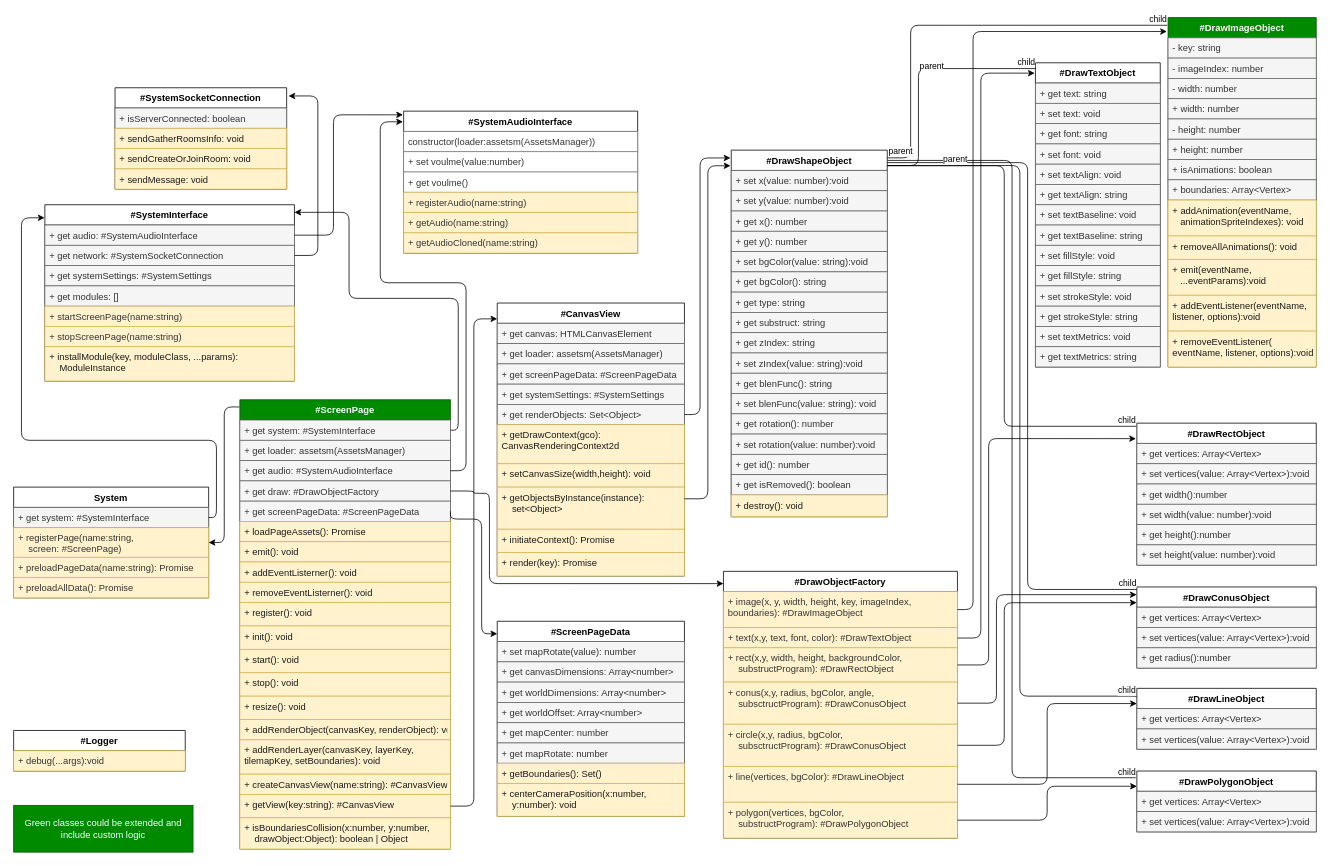
Earlier version of the draw.io diagram schemes/system.dio (ALapinskas/jsge). Source tidied: cells renumbered, new cells numbered last; positions are measured from the earlier drawing's top-left corner, leaving out a move shared by most shapes. Both pictures are drawn from the tidied source at 78%, with x=0, y=0 at pixel (13, 17).
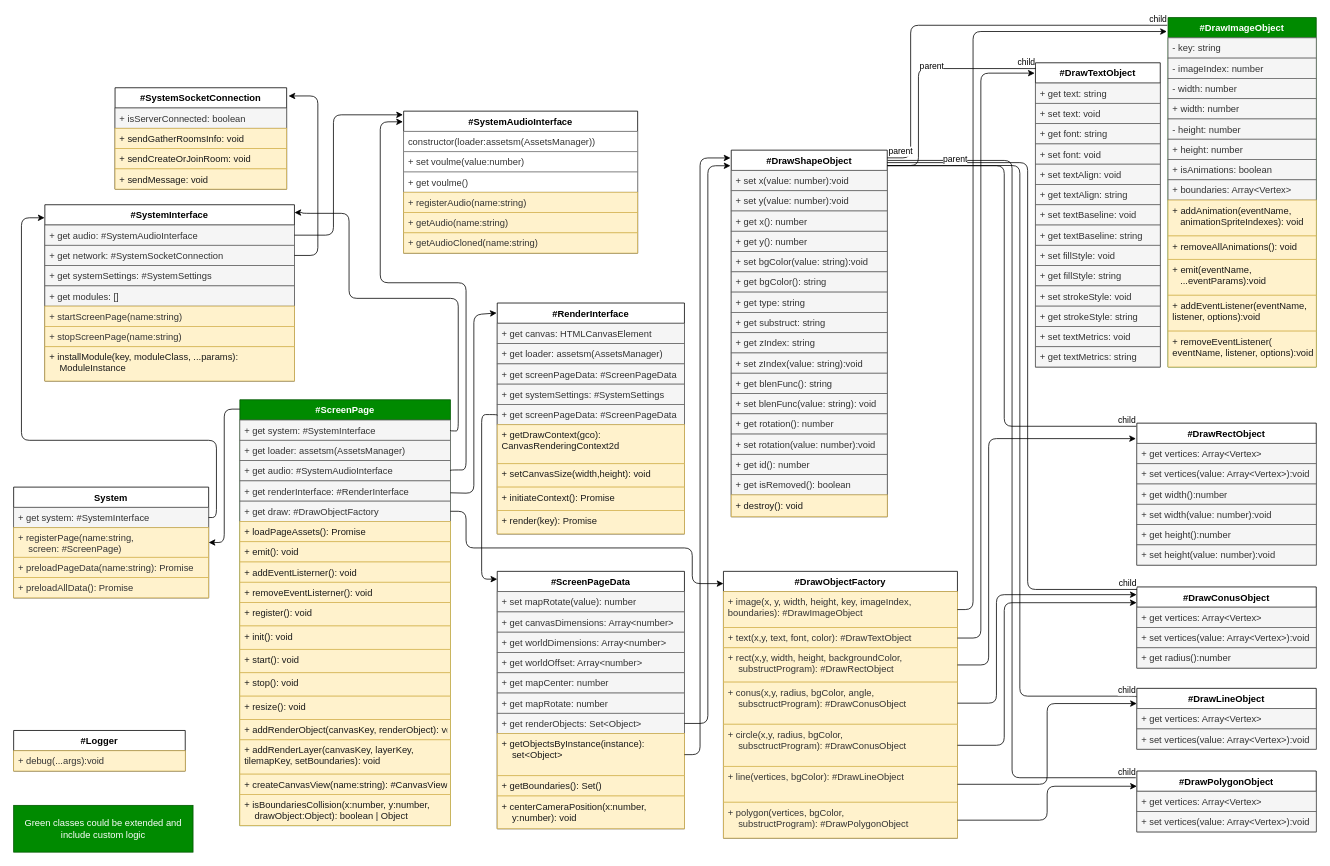
After the change.

Unchanged cells that the change refers to:
```xml
<mxCell id="23" value="System" style="swimlane;fontStyle=1;align=center;verticalAlign=top;horizontal=1;startSize=26;" parent="1" vertex="1">
  <mxGeometry y="602" width="250" height="142" as="geometry" />
</mxCell>
<mxCell id="28" value="#SystemInterface" style="swimlane;fontStyle=1;align=center;verticalAlign=top;horizontal=1;startSize=26;" parent="1" vertex="1">
  <mxGeometry x="40" y="240" width="320" height="226" as="geometry" />
</mxCell>
<mxCell id="37" value="+ get system: #SystemInterface" style="text;strokeColor=#666666;fillColor=#f5f5f5;align=left;verticalAlign=top;spacingLeft=4;spacingRight=4;overflow=hidden;points=[[0,0.5],[1,0.5]];portConstraint=eastwest;fontColor=#333333;" parent="36" vertex="1">
  <mxGeometry y="26" width="270" height="26" as="geometry" />
</mxCell>
<mxCell id="39" value="+ get audio: #SystemAudioInterface" style="text;strokeColor=#666666;fillColor=#f5f5f5;align=left;verticalAlign=top;spacingLeft=4;spacingRight=4;overflow=hidden;points=[[0,0.5],[1,0.5]];portConstraint=eastwest;fontColor=#333333;" parent="36" vertex="1">
  <mxGeometry y="78" width="270" height="26" as="geometry" />
</mxCell>
<mxCell id="115" value="#SystemAudioInterface" style="swimlane;fontStyle=1;align=center;verticalAlign=top;horizontal=1;startSize=26;" parent="1" vertex="1">
  <mxGeometry x="500" y="120" width="300" height="182" as="geometry" />
</mxCell>
<mxCell id="126" value="#DrawObjectFactory" style="swimlane;fontStyle=1;align=center;verticalAlign=top;horizontal=1;startSize=26;" parent="1" vertex="1">
  <mxGeometry x="910" y="710" width="300" height="342" as="geometry" />
</mxCell>
```

What changed in the source:
```diff
@@
-    <mxCell id="3" value="#CanvasView" style="swimlane;fontStyle=1;align=center;verticalAlign=top;horizontal=1;startSize=26;" parent="1" vertex="1">
-      <mxGeometry x="620" y="366" width="240" height="350" as="geometry" />
+    <mxCell id="3" value="#RenderInterface" style="swimlane;fontStyle=1;align=center;verticalAlign=top;horizontal=1;startSize=26;" parent="1" vertex="1">
+      <mxGeometry x="620" y="366" width="240" height="296" as="geometry" />
     </mxCell>
@@
-    <mxCell id="8" value="+ get renderObjects: Set&lt;Object&gt;" style="text;strokeColor=#666666;fillColor=#f5f5f5;align=left;verticalAlign=top;spacingLeft=4;spacingRight=4;overflow=hidden;points=[[0,0.5],[1,0.5]];portConstraint=eastwest;fontColor=#333333;" parent="3" vertex="1">
-      <mxGeometry y="130" width="240" height="26" as="geometry" />
-    </mxCell>
+    <mxCell id="41" value="+ get screenPageData: #ScreenPageData" style="text;strokeColor=#666666;fillColor=#f5f5f5;align=left;verticalAlign=top;spacingLeft=4;spacingRight=4;overflow=hidden;points=[[0,0.5],[1,0.5]];portConstraint=eastwest;fontColor=#333333;" parent="3" vertex="1">
+      <mxGeometry y="130" width="240" height="26" as="geometry" />
+    </mxCell>
@@
-    <mxCell id="11" value="+ getObjectsByInstance(instance): &#10;    set&lt;Object&gt;" style="text;strokeColor=#d6b656;fillColor=#fff2cc;align=left;verticalAlign=top;spacingLeft=4;spacingRight=4;overflow=hidden;points=[[0,0.5],[1,0.5]];portConstraint=eastwest;fontColor=#1A1A1A;" parent="3" vertex="1">
-      <mxGeometry y="236" width="240" height="54" as="geometry" />
-    </mxCell>
     <mxCell id="12" value="+ initiateContext(): Promise" style="text;strokeColor=#d6b656;fillColor=#fff2cc;align=left;verticalAlign=top;spacingLeft=4;spacingRight=4;overflow=hidden;fontColor=#1A1A1A;" parent="3" vertex="1">
-      <mxGeometry y="290" width="240" height="30" as="geometry" />
+      <mxGeometry y="236" width="240" height="30" as="geometry" />
     </mxCell>
     <mxCell id="13" value="+ render(key): Promise" style="text;strokeColor=#d6b656;fillColor=#fff2cc;align=left;verticalAlign=top;spacingLeft=4;spacingRight=4;overflow=hidden;fontColor=#1A1A1A;" parent="3" vertex="1">
-      <mxGeometry y="320" width="240" height="30" as="geometry" />
+      <mxGeometry y="266" width="240" height="30" as="geometry" />
     </mxCell>
     <mxCell id="14" value="#ScreenPageData&#10;&#10;" style="swimlane;fontStyle=1;align=center;verticalAlign=top;horizontal=1;startSize=26;" parent="1" vertex="1">
-      <mxGeometry x="620" y="774" width="240" height="250" as="geometry" />
+      <mxGeometry x="620" y="710" width="240" height="330" as="geometry" />
     </mxCell>
@@
+    <mxCell id="8" value="+ get renderObjects: Set&lt;Object&gt;" style="text;strokeColor=#666666;fillColor=#f5f5f5;align=left;verticalAlign=top;spacingLeft=4;spacingRight=4;overflow=hidden;points=[[0,0.5],[1,0.5]];portConstraint=eastwest;fontColor=#333333;" parent="14" vertex="1">
+      <mxGeometry y="182" width="240" height="26" as="geometry" />
+    </mxCell>
+    <mxCell id="11" value="+ getObjectsByInstance(instance): &#10;    set&lt;Object&gt;" style="text;strokeColor=#d6b656;fillColor=#fff2cc;align=left;verticalAlign=top;spacingLeft=4;spacingRight=4;overflow=hidden;points=[[0,0.5],[1,0.5]];portConstraint=eastwest;fontColor=#1A1A1A;" parent="14" vertex="1">
+      <mxGeometry y="208" width="240" height="54" as="geometry" />
+    </mxCell>
     <mxCell id="21" value="+ getBoundaries(): Set()" style="text;strokeColor=#d6b656;fillColor=#fff2cc;align=left;verticalAlign=top;spacingLeft=4;spacingRight=4;overflow=hidden;fontColor=#1A1A1A;" parent="14" vertex="1">
-      <mxGeometry y="182" width="240" height="26" as="geometry" />
+      <mxGeometry y="262" width="240" height="26" as="geometry" />
     </mxCell>
     <mxCell id="22" value="+ centerCameraPosition(x:number, &#10;    y:number): void" style="text;strokeColor=#d6b656;fillColor=#fff2cc;align=left;verticalAlign=top;spacingLeft=4;spacingRight=4;overflow=hidden;fontColor=#1A1A1A;" parent="14" vertex="1">
-      <mxGeometry y="208" width="240" height="42" as="geometry" />
+      <mxGeometry y="288" width="240" height="42" as="geometry" />
     </mxCell>
@@
     <mxCell id="36" value="#ScreenPage&#10;&#10;" style="swimlane;fontStyle=1;align=center;verticalAlign=top;horizontal=1;startSize=26;fillColor=#008a00;fontColor=#ffffff;strokeColor=#005700;" parent="1" vertex="1">
-      <mxGeometry x="290" y="490" width="270" height="576" as="geometry" />
+      <mxGeometry x="290" y="490" width="270" height="546" as="geometry" />
     </mxCell>
@@
+    <mxCell id="176" value="+ get renderInterface: #RenderInterface" style="text;strokeColor=#666666;fillColor=#f5f5f5;align=left;verticalAlign=top;spacingLeft=4;spacingRight=4;overflow=hidden;points=[[0,0.5],[1,0.5]];portConstraint=eastwest;fontColor=#333333;" parent="36" vertex="1">
+      <mxGeometry y="104" width="270" height="26" as="geometry" />
+    </mxCell>
     <mxCell id="40" value="+ get draw: #DrawObjectFactory" style="text;strokeColor=#666666;fillColor=#f5f5f5;align=left;verticalAlign=top;spacingLeft=4;spacingRight=4;overflow=hidden;points=[[0,0.5],[1,0.5]];portConstraint=eastwest;fontColor=#333333;" parent="36" vertex="1">
-      <mxGeometry y="104" width="270" height="26" as="geometry" />
+      <mxGeometry y="130" width="270" height="26" as="geometry" />
     </mxCell>
-    <mxCell id="41" value="+ get screenPageData: #ScreenPageData" style="text;strokeColor=#666666;fillColor=#f5f5f5;align=left;verticalAlign=top;spacingLeft=4;spacingRight=4;overflow=hidden;points=[[0,0.5],[1,0.5]];portConstraint=eastwest;fontColor=#333333;" parent="36" vertex="1">
-      <mxGeometry y="130" width="270" height="26" as="geometry" />
-    </mxCell>
@@
-    <mxCell id="54" value="+ getView(key:string): #CanvasView " style="text;strokeColor=#d6b656;fillColor=#fff2cc;align=left;verticalAlign=top;spacingLeft=4;spacingRight=4;overflow=hidden;points=[[0,0.5],[1,0.5]];portConstraint=eastwest;fontColor=#1A1A1A;" parent="36" vertex="1">
-      <mxGeometry y="506" width="270" height="30" as="geometry" />
-    </mxCell>
     <mxCell id="55" value="+ isBoundariesCollision(x:number, y:number,&#10;    drawObject:Object): boolean | Object" style="text;strokeColor=#d6b656;fillColor=#fff2cc;align=left;verticalAlign=top;spacingLeft=4;spacingRight=4;overflow=hidden;fontColor=#1A1A1A;" parent="36" vertex="1">
-      <mxGeometry y="536" width="270" height="40" as="geometry" />
+      <mxGeometry y="506" width="270" height="40" as="geometry" />
     </mxCell>
@@
     <mxCell id="123" style="edgeStyle=orthogonalEdgeStyle;html=1;exitX=1;exitY=0.5;exitDx=0;exitDy=0;entryX=-0.003;entryY=0.075;entryDx=0;entryDy=0;entryPerimeter=0;" parent="1" edge="1" source="39" target="115">
       <mxGeometry relative="1" as="geometry">
         <Array as="points">
-          <mxPoint x="580" y="581" />
+          <mxPoint x="580" y="580" />
           <mxPoint x="580" y="340" />
           <mxPoint x="470" y="340" />
           <mxPoint x="470" y="134" />
         </Array>
       </mxGeometry>
     </mxCell>
@@
-    <mxCell id="125" style="edgeStyle=orthogonalEdgeStyle;html=1;entryX=0;entryY=0.064;entryDx=0;entryDy=0;entryPerimeter=0;exitX=1;exitY=0.5;exitDx=0;exitDy=0;" parent="1" edge="1" source="41" target="14">
+    <mxCell id="125" style="edgeStyle=orthogonalEdgeStyle;html=1;" parent="1" edge="1">
       <mxGeometry relative="1" as="geometry">
+        <mxPoint x="620" y="510" as="sourcePoint" />
+        <mxPoint x="620" y="720" as="targetPoint" />
         <Array as="points">
-          <mxPoint x="600" y="643" />
-          <mxPoint x="600" y="790" />
+          <mxPoint x="600" y="509" />
+          <mxPoint x="600" y="720" />
         </Array>
       </mxGeometry>
     </mxCell>
@@
-    <mxCell id="134" style="edgeStyle=orthogonalEdgeStyle;html=1;" parent="1" edge="1" source="11">
+    <mxCell id="134" style="edgeStyle=orthogonalEdgeStyle;html=1;exitX=1;exitY=0.5;exitDx=0;exitDy=0;" parent="1" edge="1" source="8">
       <mxGeometry relative="1" as="geometry">
         <mxPoint x="919" y="190" as="targetPoint" />
         <Array as="points">
-          <mxPoint x="890" y="617" />
+          <mxPoint x="890" y="905" />
           <mxPoint x="890" y="190" />
-          <mxPoint x="919" y="190" />
         </Array>
       </mxGeometry>
     </mxCell>
     <mxCell id="135" style="edgeStyle=orthogonalEdgeStyle;html=1;entryX=0;entryY=0.046;entryDx=0;entryDy=0;entryPerimeter=0;exitX=1;exitY=0.5;exitDx=0;exitDy=0;" parent="1" edge="1" source="40" target="126">
       <mxGeometry relative="1" as="geometry">
         <Array as="points">
-          <mxPoint x="590" y="607" />
-          <mxPoint x="590" y="610" />
-          <mxPoint x="610" y="610" />
-          <mxPoint x="610" y="726" />
+          <mxPoint x="580" y="633" />
+          <mxPoint x="580" y="680" />
+          <mxPoint x="870" y="680" />
+          <mxPoint x="870" y="726" />
         </Array>
       </mxGeometry>
     </mxCell>
@@
-    <mxCell id="137" style="edgeStyle=orthogonalEdgeStyle;html=1;entryX=1;entryY=0.043;entryDx=0;entryDy=0;entryPerimeter=0;exitX=1;exitY=0.5;exitDx=0;exitDy=0;" parent="1" edge="1" source="37" target="28">
+    <mxCell id="137" style="edgeStyle=orthogonalEdgeStyle;html=1;exitX=1;exitY=0.5;exitDx=0;exitDy=0;" parent="1" edge="1" source="37">
       <mxGeometry relative="1" as="geometry">
+        <mxPoint x="360" y="250" as="targetPoint" />
         <Array as="points">
-          <mxPoint x="570" y="529" />
+          <mxPoint x="570" y="530" />
           <mxPoint x="570" y="360" />
           <mxPoint x="430" y="360" />
-          <mxPoint x="430" y="250" />
-          <mxPoint x="360" y="250" />
+          <mxPoint x="430" y="251" />
+          <mxPoint x="370" y="251" />
+          <mxPoint x="370" y="250" />
         </Array>
       </mxGeometry>
     </mxCell>
-    <mxCell id="138" style="edgeStyle=orthogonalEdgeStyle;html=1;entryX=0;entryY=0.058;entryDx=0;entryDy=0;entryPerimeter=0;" parent="1" edge="1" source="54" target="3">
-      <mxGeometry relative="1" as="geometry" />
-    </mxCell>
-    <mxCell id="139" style="edgeStyle=orthogonalEdgeStyle;html=1;" parent="1" edge="1" source="8">
+    <mxCell id="139" style="edgeStyle=orthogonalEdgeStyle;html=1;exitX=1;exitY=0.5;exitDx=0;exitDy=0;" parent="1" edge="1" source="11">
       <mxGeometry relative="1" as="geometry">
         <mxPoint x="919" y="180" as="targetPoint" />
         <Array as="points">
-          <mxPoint x="880" y="509" />
+          <mxPoint x="880" y="945" />
           <mxPoint x="880" y="180" />
-          <mxPoint x="919" y="180" />
         </Array>
       </mxGeometry>
     </mxCell>
@@
-    <mxCell id="175" style="edgeStyle=orthogonalEdgeStyle;html=1;entryX=1;entryY=0.5;entryDx=0;entryDy=0;exitX=-0.002;exitY=0.016;exitDx=0;exitDy=0;exitPerimeter=0;" parent="1" edge="1" source="36" target="23">
-      <mxGeometry relative="1" as="geometry">
-        <Array as="points">
-          <mxPoint x="270" y="499" />
-          <mxPoint x="270" y="673" />
-        </Array>
-      </mxGeometry>
-    </mxCell>
+    <mxCell id="177" style="edgeStyle=none;html=1;exitX=1;exitY=0.589;exitDx=0;exitDy=0;entryX=-0.003;entryY=0.043;entryDx=0;entryDy=0;entryPerimeter=0;exitPerimeter=0;" parent="1" edge="1" source="176" target="3">
+      <mxGeometry relative="1" as="geometry">
+        <Array as="points">
+          <mxPoint x="590" y="610" />
+          <mxPoint x="590" y="381" />
+        </Array>
+      </mxGeometry>
+    </mxCell>
+    <mxCell id="178" style="edgeStyle=none;html=1;strokeColor=default;entryX=1;entryY=0.5;entryDx=0;entryDy=0;" parent="1" edge="1" target="23">
+      <mxGeometry relative="1" as="geometry">
+        <mxPoint x="290" y="502" as="sourcePoint" />
+        <Array as="points">
+          <mxPoint x="270" y="502" />
+          <mxPoint x="270" y="673" />
+        </Array>
+      </mxGeometry>
+    </mxCell>
```
